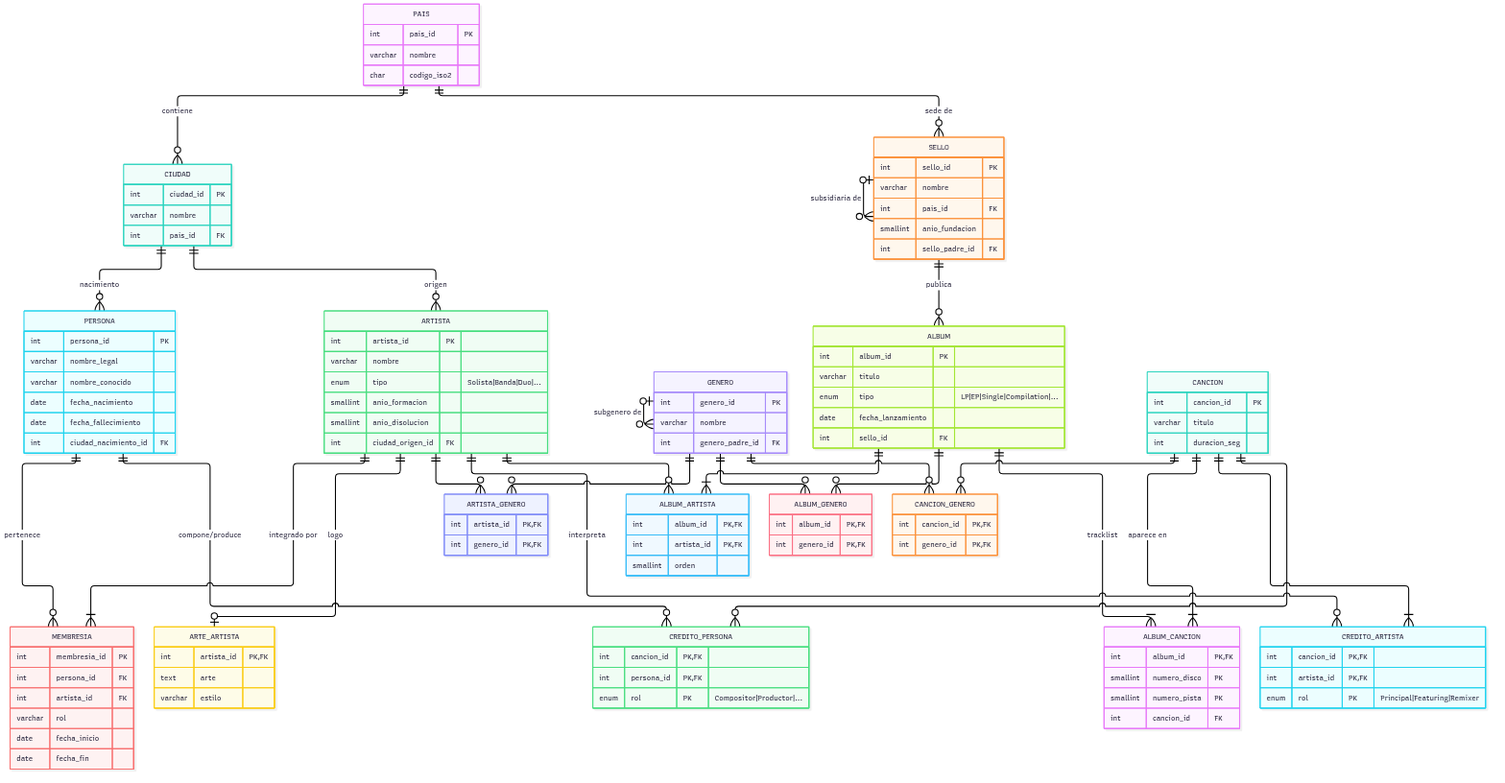
Felipe1727/WikiTunes keeps this Mermaid diagram as Diagrama/musica_er.png. Above is the earlier version. Its source is kept beside it as Diagrama/musica_er.mmd.
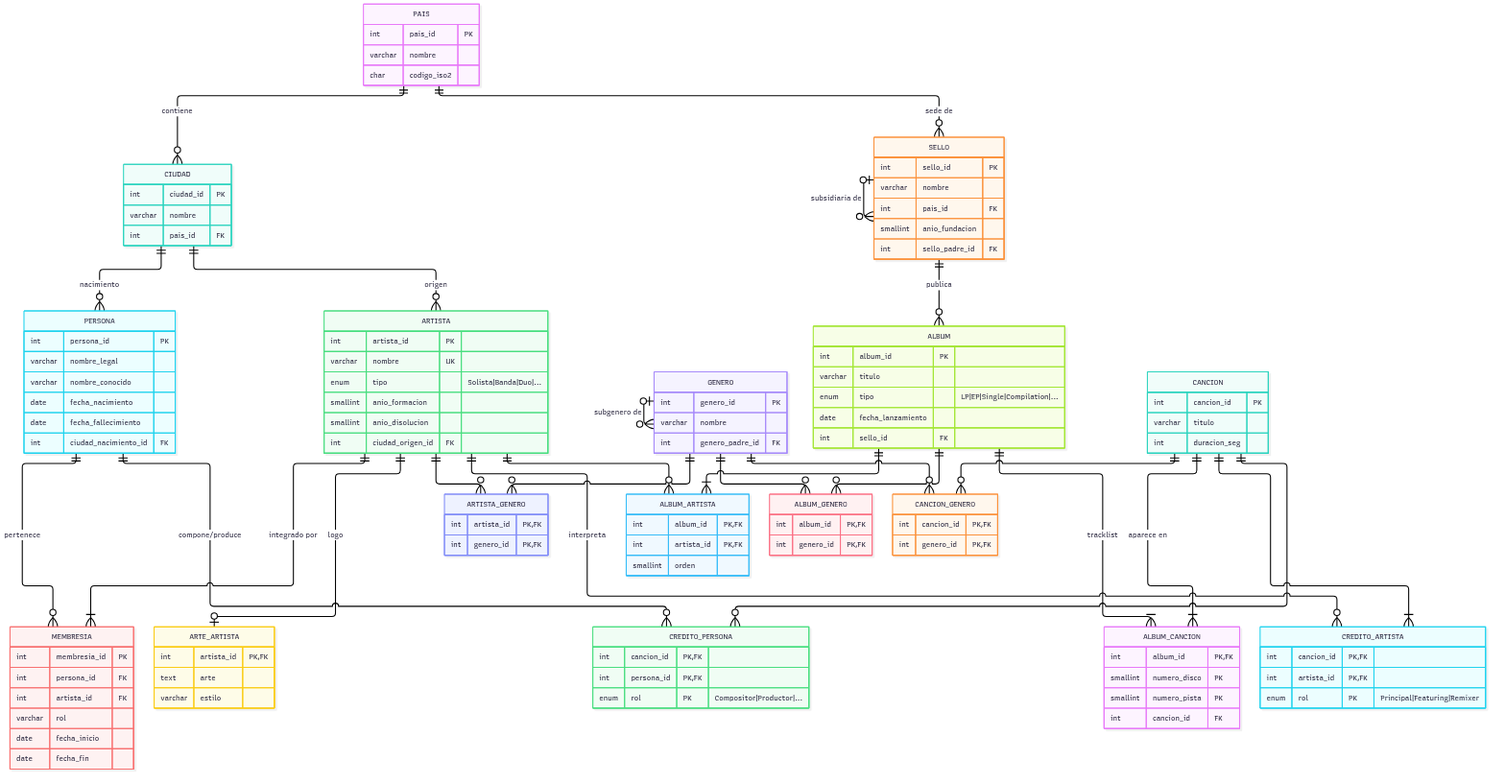
The same file after the commit.

What changed in the source:
```diff
@@ -45,7 +45,7 @@
               date fecha_fallecimiento
               int ciudad_nacimiento_id FK }
     ARTISTA { int artista_id PK
-              varchar nombre
+              varchar nombre UK
               enum tipo "Solista|Banda|Duo|..."
               smallint anio_formacion
               smallint anio_disolucion
```
